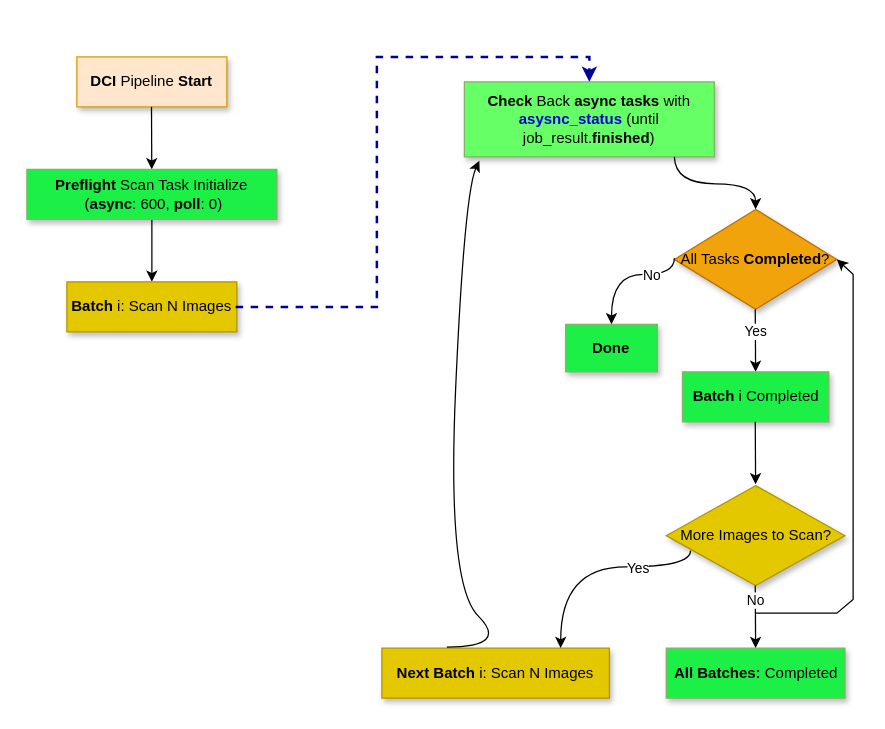
Before: parallel-async.drawio in ansvu/ava-project, a draw.io diagram. Source tidied: cells renumbered, new cells numbered last; positions are measured from the earlier drawing's top-left corner, leaving out a move shared by most shapes. Both pictures are drawn from the tidied source at 125%, with x=0, y=0 at pixel (26, 56).
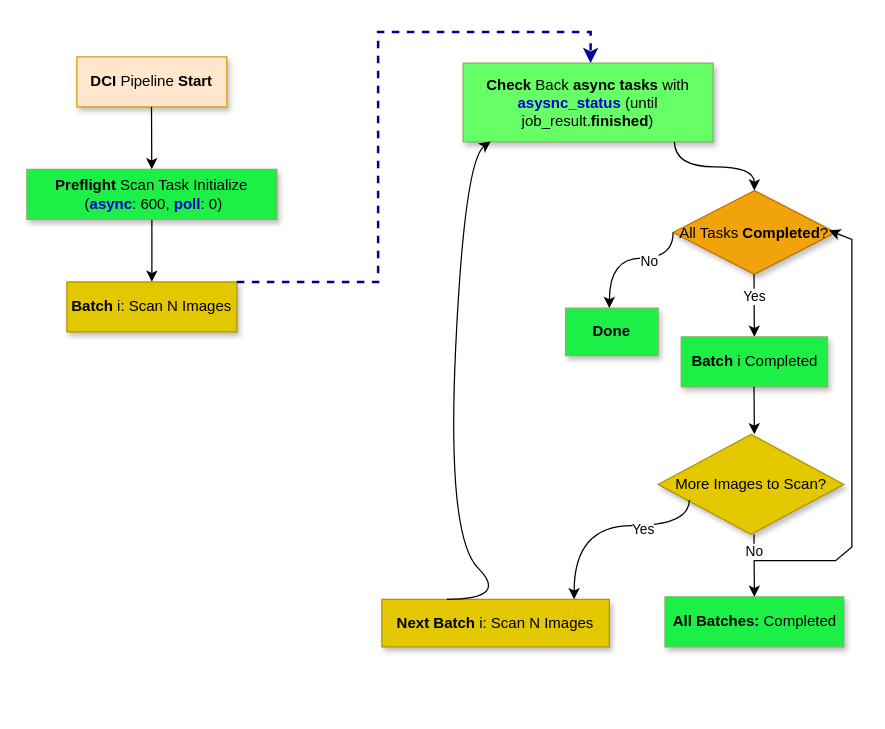
The same diagram, later.

The edit, as a diff of the source:
```diff
@@
-    <mxCell id="5" value="&lt;b&gt;Preflight&lt;/b&gt;&amp;nbsp;Scan Task Initialize&lt;br&gt;&amp;nbsp;(&lt;b&gt;async&lt;/b&gt;: 600, &lt;b&gt;poll&lt;/b&gt;: 0)" style="rounded=0;whiteSpace=wrap;html=1;fillColor=#1CF047;strokeColor=#82b366;shadow=1;" parent="1" vertex="1">
+    <mxCell id="5" value="&lt;b&gt;Preflight&lt;/b&gt;&amp;nbsp;Scan Task Initialize&lt;br&gt;&amp;nbsp;(&lt;b&gt;&lt;font color=&quot;#0000cc&quot;&gt;async&lt;/font&gt;&lt;/b&gt;: 600, &lt;b&gt;&lt;font color=&quot;#0000cc&quot;&gt;poll&lt;/font&gt;&lt;/b&gt;: 0)" style="rounded=0;whiteSpace=wrap;html=1;fillColor=#1CF047;strokeColor=#82b366;shadow=1;" parent="1" vertex="1">
       <mxGeometry y="90" width="200" height="40" as="geometry" />
     </mxCell>
@@
     <mxCell id="7" value="&lt;b&gt;Check&lt;/b&gt; Back &lt;b&gt;async tasks&lt;/b&gt; with &lt;b&gt;&lt;font color=&quot;#0000cc&quot;&gt;asysnc_status&lt;/font&gt;&lt;/b&gt; (until job_result.&lt;b&gt;finished&lt;/b&gt;)" style="rounded=0;whiteSpace=wrap;html=1;fillColor=#66FF66;strokeColor=#82b366;shadow=1;" parent="1" vertex="1">
-      <mxGeometry x="350" y="20" width="200" height="60" as="geometry" />
+      <mxGeometry x="349" y="5" width="200" height="63" as="geometry" />
     </mxCell>
-    <mxCell id="8" style="endArrow=classic;html=1;rounded=0;entryX=0.45;entryY=0;entryDx=0;entryDy=0;entryPerimeter=0;strokeWidth=2;dashed=1;strokeColor=#000099;" parent="1" edge="1">
+    <mxCell id="8" style="endArrow=classic;html=1;rounded=0;entryX=0.51;entryY=0;entryDx=0;entryDy=0;entryPerimeter=0;strokeWidth=2;dashed=1;strokeColor=#000099;" parent="1" edge="1" target="7">
       <mxGeometry relative="1" as="geometry">
-        <mxPoint x="167" y="200" as="sourcePoint" />
-        <mxPoint x="450" y="20" as="targetPoint" />
+        <mxPoint x="168" y="180" as="sourcePoint" />
         <Array as="points">
-          <mxPoint x="280" y="200" />
-          <mxPoint x="280" />
-          <mxPoint x="450" />
-          <mxPoint x="450" y="10" />
+          <mxPoint x="281" y="180" />
+          <mxPoint x="281" y="-20" />
+          <mxPoint x="451" y="-20" />
+          <mxPoint x="451" y="-10" />
         </Array>
       </mxGeometry>
     </mxCell>
     <mxCell id="9" value="All Tasks &lt;b&gt;Completed&lt;/b&gt;?" style="rhombus;whiteSpace=wrap;html=1;fillColor=#f0a30a;fontColor=#000000;strokeColor=#BD7000;shadow=1;" parent="1" vertex="1">
-      <mxGeometry x="518" y="122" width="130" height="80" as="geometry" />
+      <mxGeometry x="517" y="107" width="130" height="67" as="geometry" />
     </mxCell>
     <mxCell id="10" style="endArrow=classic;html=1;rounded=0;entryX=0.5;entryY=0;entryDx=0;entryDy=0;edgeStyle=orthogonalEdgeStyle;elbow=vertical;curved=1;" parent="1" edge="1" target="9">
       <mxGeometry relative="1" as="geometry">
-        <mxPoint x="518" y="80" as="sourcePoint" />
+        <mxPoint x="518" y="68" as="sourcePoint" />
       </mxGeometry>
     </mxCell>
     <mxCell id="11" style="endArrow=classic;html=1;rounded=0;" parent="1" edge="1">
       <mxGeometry relative="1" as="geometry">
-        <mxPoint x="582.7" y="202" as="sourcePoint" />
-        <mxPoint x="583" y="252" as="targetPoint" />
+        <mxPoint x="581.7" y="174" as="sourcePoint" />
+        <mxPoint x="582" y="224" as="targetPoint" />
       </mxGeometry>
     </mxCell>
@@
     <mxCell id="13" value="&lt;b&gt;Batch &lt;/b&gt;i&lt;b&gt; &lt;/b&gt;Completed" style="rounded=0;whiteSpace=wrap;html=1;fillColor=#1CF047;strokeColor=#82b366;shadow=1;" parent="1" vertex="1">
-      <mxGeometry x="524.5" y="252" width="117" height="40" as="geometry" />
+      <mxGeometry x="523.5" y="224" width="117" height="40" as="geometry" />
     </mxCell>
     <mxCell id="14" style="endArrow=classic;html=1;rounded=0;" parent="1" edge="1">
       <mxGeometry relative="1" as="geometry">
-        <mxPoint x="582.7" y="292" as="sourcePoint" />
-        <mxPoint x="583" y="342" as="targetPoint" />
+        <mxPoint x="581.7" y="264" as="sourcePoint" />
+        <mxPoint x="582" y="302" as="targetPoint" />
       </mxGeometry>
     </mxCell>
     <mxCell id="15" value="More Images to Scan?" style="rhombus;whiteSpace=wrap;html=1;fillColor=#e3c800;fontColor=#000000;strokeColor=#B09500;shadow=1;" parent="1" vertex="1">
-      <mxGeometry x="511.5" y="343" width="143" height="80" as="geometry" />
+      <mxGeometry x="505" y="302" width="148.5" height="80" as="geometry" />
     </mxCell>
     <mxCell id="16" value="&lt;b&gt;All Batches: &lt;/b&gt;Completed" style="rounded=0;whiteSpace=wrap;html=1;fillColor=#1CF047;strokeColor=#82b366;shadow=1;" parent="1" vertex="1">
-      <mxGeometry x="511.5" y="473" width="143" height="40" as="geometry" />
+      <mxGeometry x="510.5" y="432" width="143" height="40" as="geometry" />
     </mxCell>
     <mxCell id="17" style="endArrow=classic;html=1;rounded=0;" parent="1" edge="1">
       <mxGeometry relative="1" as="geometry">
-        <mxPoint x="582.7" y="423" as="sourcePoint" />
-        <mxPoint x="583" y="473" as="targetPoint" />
+        <mxPoint x="581.7" y="382" as="sourcePoint" />
+        <mxPoint x="582" y="432" as="targetPoint" />
       </mxGeometry>
     </mxCell>
     <mxCell id="18" value="No" style="edgeLabel;html=1;align=center;verticalAlign=middle;" parent="17" vertex="1">
       <mxGeometry x="-0.13" y="-1" relative="1" as="geometry">
-        <mxPoint x="1" y="-11" as="offset" />
+        <mxPoint x="1" y="-9" as="offset" />
       </mxGeometry>
     </mxCell>
     <mxCell id="19" value="&lt;b&gt;Next Batch &lt;/b&gt;i: Scan N Images" style="rounded=0;whiteSpace=wrap;html=1;fillColor=#e3c800;strokeColor=#B09500;shadow=1;fontColor=#000000;" parent="1" vertex="1">
-      <mxGeometry x="284" y="473" width="182" height="40" as="geometry" />
+      <mxGeometry x="284" y="434" width="182" height="38" as="geometry" />
     </mxCell>
-    <mxCell id="20" style="curved=1;endArrow=classic;html=1;rounded=0;" parent="1" edge="1">
+    <mxCell id="20" style="curved=1;endArrow=classic;html=1;rounded=0;entryX=0.11;entryY=0.995;entryDx=0;entryDy=0;entryPerimeter=0;" parent="1" edge="1" target="7">
       <mxGeometry relative="1" as="geometry">
-        <mxPoint x="336" y="472.2" as="sourcePoint" />
-        <mxPoint x="362" y="83" as="targetPoint" />
+        <mxPoint x="336" y="434" as="sourcePoint" />
         <Array as="points">
-          <mxPoint x="386" y="472.2" />
-          <mxPoint x="336" y="422.2" />
-          <mxPoint x="350" y="109" />
+          <mxPoint x="386" y="434" />
+          <mxPoint x="336" y="384" />
+          <mxPoint x="350" y="83" />
         </Array>
       </mxGeometry>
     </mxCell>
-    <mxCell id="21" style="endArrow=classic;html=1;rounded=0;entryX=1;entryY=0.5;entryDx=0;entryDy=0;" parent="1" edge="1" target="9">
+    <mxCell id="21" style="endArrow=classic;html=1;rounded=0;entryX=0.96;entryY=0.475;entryDx=0;entryDy=0;entryPerimeter=0;" parent="1" edge="1" target="9">
       <mxGeometry relative="1" as="geometry">
-        <mxPoint x="583" y="445" as="sourcePoint" />
+        <mxPoint x="582" y="403" as="sourcePoint" />
         <Array as="points">
-          <mxPoint x="648" y="445" />
-          <mxPoint x="661" y="434" />
-          <mxPoint x="661" y="421" />
-          <mxPoint x="661" y="174" />
+          <mxPoint x="647" y="403" />
+          <mxPoint x="660" y="392" />
+          <mxPoint x="660" y="379" />
+          <mxPoint x="660" y="146" />
         </Array>
       </mxGeometry>
     </mxCell>
-    <mxCell id="22" style="endArrow=classic;html=1;rounded=0;entryX=0.786;entryY=0;entryDx=0;entryDy=0;edgeStyle=orthogonalEdgeStyle;elbow=vertical;curved=1;entryPerimeter=0;exitX=0.136;exitY=0.65;exitDx=0;exitDy=0;exitPerimeter=0;" parent="1" edge="1" source="15" target="19">
-      <mxGeometry relative="1" as="geometry">
-        <Array as="points">
-          <mxPoint x="531" y="408" />
-          <mxPoint x="427" y="408" />
-        </Array>
-      </mxGeometry>
-    </mxCell>
-    <mxCell id="23" value="Yes" style="edgeLabel;html=1;align=center;verticalAlign=middle;" parent="22" vertex="1">
-      <mxGeometry x="-0.39" relative="1" as="geometry" />
-    </mxCell>
     <mxCell id="24" value="&lt;b&gt;Done&lt;/b&gt;" style="rounded=0;whiteSpace=wrap;html=1;fillColor=#1CF047;strokeColor=#82b366;shadow=1;" parent="1" vertex="1">
-      <mxGeometry x="431" y="214" width="73.4" height="38" as="geometry" />
+      <mxGeometry x="431" y="201" width="74" height="38" as="geometry" />
     </mxCell>
-    <mxCell id="25" style="endArrow=classic;html=1;rounded=0;entryX=0.5;entryY=0;entryDx=0;entryDy=0;edgeStyle=orthogonalEdgeStyle;elbow=vertical;curved=1;exitX=0.136;exitY=0.65;exitDx=0;exitDy=0;exitPerimeter=0;" parent="1" edge="1" target="24">
+    <mxCell id="25" style="endArrow=classic;html=1;rounded=0;entryX=0.5;entryY=0;entryDx=0;entryDy=0;edgeStyle=orthogonalEdgeStyle;elbow=vertical;curved=1;exitX=0;exitY=0.5;exitDx=0;exitDy=0;" parent="1" edge="1" source="9">
       <mxGeometry relative="1" as="geometry">
-        <mxPoint x="518" y="161" as="sourcePoint" />
+        <mxPoint x="466" y="201" as="targetPoint" />
         <Array as="points">
-          <mxPoint x="518" y="174" />
-          <mxPoint x="468" y="174" />
+          <mxPoint x="517" y="161" />
+          <mxPoint x="466" y="161" />
         </Array>
       </mxGeometry>
     </mxCell>
     <mxCell id="26" value="No" style="edgeLabel;html=1;align=center;verticalAlign=middle;" parent="25" vertex="1">
-      <mxGeometry x="-0.39" relative="1" as="geometry" />
+      <mxGeometry x="-0.39" relative="1" as="geometry">
+        <mxPoint x="-6" y="2" as="offset" />
+      </mxGeometry>
     </mxCell>
+    <mxCell id="27" style="endArrow=classic;html=1;rounded=0;edgeStyle=orthogonalEdgeStyle;elbow=vertical;curved=1;exitX=0;exitY=0.5;exitDx=0;exitDy=0;entryX=0.845;entryY=0;entryDx=0;entryDy=0;entryPerimeter=0;" parent="1" edge="1" target="19">
+      <mxGeometry relative="1" as="geometry">
+        <mxPoint x="530" y="354.5" as="sourcePoint" />
+        <Array as="points">
+          <mxPoint x="530" y="375" />
+          <mxPoint x="438" y="375" />
+        </Array>
+      </mxGeometry>
+    </mxCell>
+    <mxCell id="23" value="Yes" style="edgeLabel;html=1;align=center;verticalAlign=middle;" parent="27" vertex="1">
+      <mxGeometry x="-0.39" relative="1" as="geometry">
+        <mxPoint x="-6" y="2" as="offset" />
+      </mxGeometry>
+    </mxCell>
```
